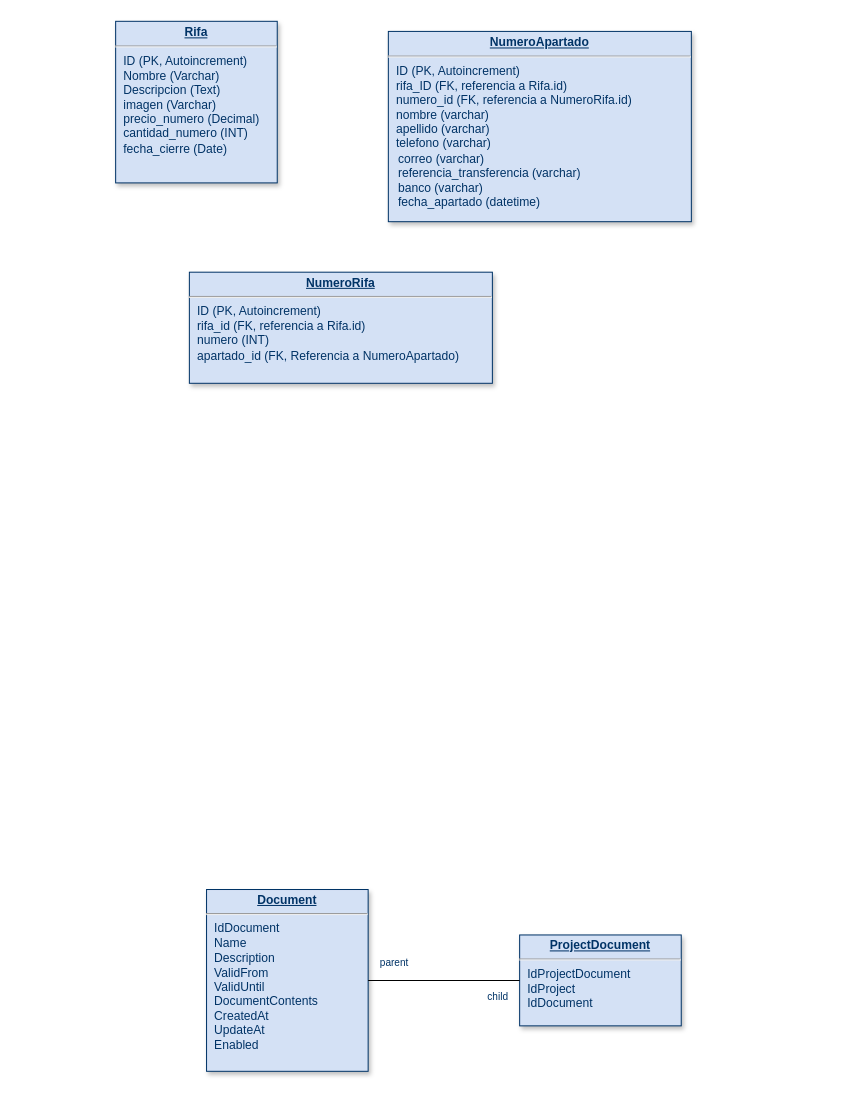
This is Diagrama sin título.drawio from EJCM05/DiagramasDB, a draw.io file, before an edit. Source tidied: cells renumbered, new cells numbered last; positions are measured from the earlier drawing's top-left corner, leaving out a move shared by most shapes. Both pictures are drawn from the tidied source at 101%, with x=0, y=0 at pixel (115, 21).
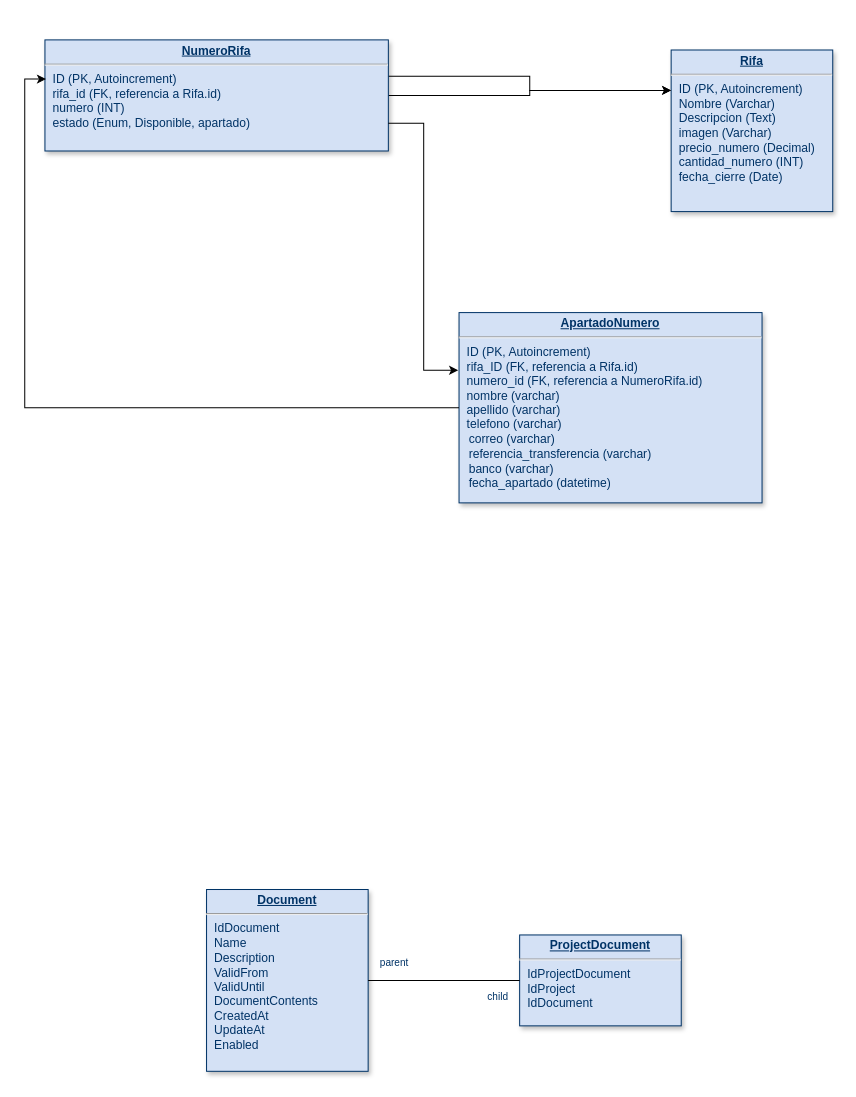
After the change.

The edit, as a diff of the source:
```diff
@@
 <mxGraphModel>
   <root>
     <mxCell id="0" />
     <mxCell id="1" parent="0" />
     <mxCell id="2" value="&lt;p style=&quot;margin: 0px; margin-top: 4px; text-align: center; text-decoration: underline;&quot;&gt;&lt;b&gt;Rifa&lt;/b&gt;&lt;/p&gt;&lt;hr&gt;&lt;p style=&quot;margin: 0px; margin-left: 8px;&quot;&gt;ID (PK, Autoincrement)&lt;/p&gt;&lt;p style=&quot;margin: 0px; margin-left: 8px;&quot;&gt;Nombre (Varchar)&lt;/p&gt;&lt;p style=&quot;margin: 0px; margin-left: 8px;&quot;&gt;Descripcion (Text)&lt;/p&gt;&lt;p style=&quot;margin: 0px; margin-left: 8px;&quot;&gt;imagen (Varchar)&lt;/p&gt;&lt;p style=&quot;margin: 0px; margin-left: 8px;&quot;&gt;precio_numero (Decimal)&lt;/p&gt;&lt;p style=&quot;margin: 0px; margin-left: 8px;&quot;&gt;cantidad_numero (INT)&lt;/p&gt;&lt;p style=&quot;margin: 0px; margin-left: 8px;&quot;&gt;fecha_cierre (Date)&lt;/p&gt;" style="verticalAlign=top;align=left;overflow=fill;fontSize=12;fontFamily=Helvetica;html=1;strokeColor=#003366;shadow=1;fillColor=#D4E1F5;fontColor=#003366;" parent="1" vertex="1">
-      <mxGeometry y="-0.4" width="160" height="160" as="geometry" />
+      <mxGeometry x="550" y="28" width="160" height="160" as="geometry" />
     </mxCell>
     <mxCell id="3" value="&lt;p style=&quot;margin: 0px; margin-top: 4px; text-align: center; text-decoration: underline;&quot;&gt;&lt;strong&gt;Document&lt;/strong&gt;&lt;/p&gt;&lt;hr /&gt;&lt;p style=&quot;margin: 0px; margin-left: 8px;&quot;&gt;IdDocument&lt;/p&gt;&lt;p style=&quot;margin: 0px; margin-left: 8px;&quot;&gt;Name&lt;/p&gt;&lt;p style=&quot;margin: 0px; margin-left: 8px;&quot;&gt;Description&lt;/p&gt;&lt;p style=&quot;margin: 0px; margin-left: 8px;&quot;&gt;ValidFrom&lt;/p&gt;&lt;p style=&quot;margin: 0px; margin-left: 8px;&quot;&gt;ValidUntil&lt;/p&gt;&lt;p style=&quot;margin: 0px; margin-left: 8px;&quot;&gt;DocumentContents&lt;/p&gt;&lt;p style=&quot;margin: 0px; margin-left: 8px;&quot;&gt;CreatedAt&lt;/p&gt;&lt;p style=&quot;margin: 0px; margin-left: 8px;&quot;&gt;UpdateAt&lt;/p&gt;&lt;p style=&quot;margin: 0px; margin-left: 8px;&quot;&gt;Enabled&lt;/p&gt;" style="verticalAlign=top;align=left;overflow=fill;fontSize=12;fontFamily=Helvetica;html=1;strokeColor=#003366;shadow=1;fillColor=#D4E1F5;fontColor=#003366;" parent="1" vertex="1">
       <mxGeometry x="90" y="859.2" width="160" height="180" as="geometry" />
     </mxCell>
     <mxCell id="4" value="&lt;p style=&quot;margin: 0px ; margin-top: 4px ; text-align: center ; text-decoration: underline&quot;&gt;&lt;strong&gt;ProjectDocument&lt;/strong&gt;&lt;/p&gt;&lt;hr&gt;&lt;p style=&quot;margin: 0px ; margin-left: 8px&quot;&gt;IdProjectDocument&lt;/p&gt;&lt;p style=&quot;margin: 0px ; margin-left: 8px&quot;&gt;IdProject&lt;/p&gt;&lt;p style=&quot;margin: 0px ; margin-left: 8px&quot;&gt;IdDocument&lt;/p&gt;" style="verticalAlign=top;align=left;overflow=fill;fontSize=12;fontFamily=Helvetica;html=1;strokeColor=#003366;shadow=1;fillColor=#D4E1F5;fontColor=#003366;" parent="1" vertex="1">
       <mxGeometry x="400" y="904.2" width="160" height="90" as="geometry" />
     </mxCell>
     <mxCell id="5" style="endArrow=none;edgeStyle=orthogonalEdgeStyle;" parent="1" edge="1" source="3" target="4">
       <mxGeometry x="190" y="950" as="geometry" />
     </mxCell>
     <mxCell id="6" value="parent" style="align=left;verticalAlign=bottom;labelBackgroundColor=#ffffff;fontSize=10;strokeColor=#003366;shadow=1;fillColor=#D4E1F5;fontColor=#003366;" parent="5" vertex="1">
       <mxGeometry x="-1" relative="1" as="geometry">
         <mxPoint x="10" y="-10" as="offset" />
       </mxGeometry>
     </mxCell>
     <mxCell id="7" value="child" style="align=right;verticalAlign=bottom;labelBackgroundColor=#ffffff;fontSize=10;strokeColor=#003366;shadow=1;fillColor=#D4E1F5;fontColor=#003366;" parent="5" vertex="1">
       <mxGeometry x="1" relative="1" as="geometry">
         <mxPoint x="-10" y="23.8" as="offset" />
       </mxGeometry>
     </mxCell>
-    <mxCell id="8" value="&lt;p style=&quot;margin: 0px; margin-top: 4px; text-align: center; text-decoration: underline;&quot;&gt;&lt;b&gt;NumeroApartado&lt;/b&gt;&lt;/p&gt;&lt;hr&gt;&lt;p style=&quot;margin: 0px; margin-left: 8px;&quot;&gt;ID (PK, Autoincrement)&lt;/p&gt;&lt;p style=&quot;margin: 0px; margin-left: 8px;&quot;&gt;rifa_ID (FK, referencia a Rifa.id)&lt;/p&gt;&lt;p style=&quot;margin: 0px; margin-left: 8px;&quot;&gt;numero_id (FK, referencia a NumeroRifa.id)&lt;/p&gt;&lt;p style=&quot;margin: 0px; margin-left: 8px;&quot;&gt;nombre (varchar)&lt;/p&gt;&lt;p style=&quot;margin: 0px 0px 0px 8px;&quot;&gt;apellido (varchar)&lt;/p&gt;&lt;div&gt;&lt;p style=&quot;margin: 0px 0px 0px 8px;&quot;&gt;telefono (varchar)&lt;/p&gt;&lt;div&gt;&amp;nbsp; &amp;nbsp;correo&lt;span style=&quot;background-color: transparent; color: light-dark(rgb(0, 51, 102), rgb(161, 205, 249));&quot;&gt;&amp;nbsp;(varchar)&lt;/span&gt;&lt;/div&gt;&lt;div&gt;&amp;nbsp; &amp;nbsp;referencia_transferencia&lt;span style=&quot;background-color: transparent; color: light-dark(rgb(0, 51, 102), rgb(161, 205, 249));&quot;&gt;&amp;nbsp;(varchar)&lt;/span&gt;&lt;/div&gt;&lt;div&gt;&lt;span style=&quot;background-color: transparent; color: light-dark(rgb(0, 51, 102), rgb(161, 205, 249));&quot;&gt;&amp;nbsp; &amp;nbsp;banco (varchar)&lt;/span&gt;&lt;/div&gt;&lt;div&gt;&amp;nbsp; &amp;nbsp;fecha_apartado (datetime)&lt;/div&gt;&lt;div&gt;&lt;span style=&quot;background-color: transparent; color: light-dark(rgb(0, 51, 102), rgb(161, 205, 249));&quot;&gt;&lt;br&gt;&lt;/span&gt;&lt;/div&gt;&lt;div&gt;&lt;span style=&quot;background-color: transparent; color: light-dark(rgb(0, 51, 102), rgb(161, 205, 249));&quot;&gt;&lt;br&gt;&lt;/span&gt;&lt;/div&gt;&lt;/div&gt;&lt;p style=&quot;margin: 0px; margin-left: 8px;&quot;&gt;&lt;/p&gt;&lt;p style=&quot;margin: 0px; margin-left: 8px;&quot;&gt;&lt;span style=&quot;color: rgba(0, 0, 0, 0); font-family: monospace; font-size: 0px;&quot;&gt;&lt;br&gt;&lt;/span&gt;&lt;/p&gt;&lt;p style=&quot;margin: 0px; margin-left: 8px;&quot;&gt;&lt;span style=&quot;color: rgba(0, 0, 0, 0); font-family: monospace; font-size: 0px;&quot;&gt;&lt;br&gt;&lt;/span&gt;&lt;/p&gt;" style="verticalAlign=top;align=left;overflow=fill;fontSize=12;fontFamily=Helvetica;html=1;strokeColor=#003366;shadow=1;fillColor=#D4E1F5;fontColor=#003366;" parent="1" vertex="1">
-      <mxGeometry x="270" y="9.6" width="300" height="188.4" as="geometry" />
+    <mxCell id="8" value="&lt;p style=&quot;margin: 0px; margin-top: 4px; text-align: center; text-decoration: underline;&quot;&gt;&lt;b&gt;ApartadoNumero&lt;/b&gt;&lt;/p&gt;&lt;hr&gt;&lt;p style=&quot;margin: 0px; margin-left: 8px;&quot;&gt;ID (PK, Autoincrement)&lt;/p&gt;&lt;p style=&quot;margin: 0px; margin-left: 8px;&quot;&gt;rifa_ID (FK, referencia a Rifa.id)&lt;/p&gt;&lt;p style=&quot;margin: 0px; margin-left: 8px;&quot;&gt;numero_id (FK, referencia a NumeroRifa.id)&lt;/p&gt;&lt;p style=&quot;margin: 0px; margin-left: 8px;&quot;&gt;nombre (varchar)&lt;/p&gt;&lt;p style=&quot;margin: 0px 0px 0px 8px;&quot;&gt;apellido (varchar)&lt;/p&gt;&lt;div&gt;&lt;p style=&quot;margin: 0px 0px 0px 8px;&quot;&gt;telefono (varchar)&lt;/p&gt;&lt;div&gt;&amp;nbsp; &amp;nbsp;correo&lt;span style=&quot;background-color: transparent; color: light-dark(rgb(0, 51, 102), rgb(161, 205, 249));&quot;&gt;&amp;nbsp;(varchar)&lt;/span&gt;&lt;/div&gt;&lt;div&gt;&amp;nbsp; &amp;nbsp;referencia_transferencia&lt;span style=&quot;background-color: transparent; color: light-dark(rgb(0, 51, 102), rgb(161, 205, 249));&quot;&gt;&amp;nbsp;(varchar)&lt;/span&gt;&lt;/div&gt;&lt;div&gt;&lt;span style=&quot;background-color: transparent; color: light-dark(rgb(0, 51, 102), rgb(161, 205, 249));&quot;&gt;&amp;nbsp; &amp;nbsp;banco (varchar)&lt;/span&gt;&lt;/div&gt;&lt;div&gt;&amp;nbsp; &amp;nbsp;fecha_apartado (datetime)&lt;/div&gt;&lt;div&gt;&lt;span style=&quot;background-color: transparent; color: light-dark(rgb(0, 51, 102), rgb(161, 205, 249));&quot;&gt;&lt;br&gt;&lt;/span&gt;&lt;/div&gt;&lt;div&gt;&lt;span style=&quot;background-color: transparent; color: light-dark(rgb(0, 51, 102), rgb(161, 205, 249));&quot;&gt;&lt;br&gt;&lt;/span&gt;&lt;/div&gt;&lt;/div&gt;&lt;p style=&quot;margin: 0px; margin-left: 8px;&quot;&gt;&lt;/p&gt;&lt;p style=&quot;margin: 0px; margin-left: 8px;&quot;&gt;&lt;span style=&quot;color: rgba(0, 0, 0, 0); font-family: monospace; font-size: 0px;&quot;&gt;&lt;br&gt;&lt;/span&gt;&lt;/p&gt;&lt;p style=&quot;margin: 0px; margin-left: 8px;&quot;&gt;&lt;span style=&quot;color: rgba(0, 0, 0, 0); font-family: monospace; font-size: 0px;&quot;&gt;&lt;br&gt;&lt;/span&gt;&lt;/p&gt;" style="verticalAlign=top;align=left;overflow=fill;fontSize=12;fontFamily=Helvetica;html=1;strokeColor=#003366;shadow=1;fillColor=#D4E1F5;fontColor=#003366;" parent="1" vertex="1">
+      <mxGeometry x="340" y="288" width="300" height="188.4" as="geometry" />
     </mxCell>
+    <mxCell id="10" style="edgeStyle=orthogonalEdgeStyle;rounded=0;jettySize=auto;html=1;entryX=0;entryY=0.25;entryDx=0;entryDy=0;exitX=0.995;exitY=0.328;exitDx=0;exitDy=0;exitPerimeter=0;" parent="1" edge="1" source="9" target="2">
+      <mxGeometry relative="1" as="geometry" />
+    </mxCell>
+    <mxCell id="11" style="edgeStyle=orthogonalEdgeStyle;rounded=0;jettySize=auto;html=1;exitX=1;exitY=0.5;exitDx=0;exitDy=0;entryX=0;entryY=0.25;entryDx=0;entryDy=0;" parent="1" edge="1" source="9" target="2">
+      <mxGeometry relative="1" as="geometry" />
+    </mxCell>
-    <mxCell id="9" value="&lt;p style=&quot;margin: 0px; margin-top: 4px; text-align: center; text-decoration: underline;&quot;&gt;&lt;b&gt;NumeroRifa&lt;/b&gt;&lt;/p&gt;&lt;hr&gt;&lt;p style=&quot;margin: 0px; margin-left: 8px;&quot;&gt;ID (PK, Autoincrement)&lt;/p&gt;&lt;p style=&quot;margin: 0px; margin-left: 8px;&quot;&gt;rifa_id (FK, referencia a Rifa.id)&lt;/p&gt;&lt;p style=&quot;margin: 0px; margin-left: 8px;&quot;&gt;numero (INT)&lt;/p&gt;&lt;p style=&quot;margin: 0px; margin-left: 8px;&quot;&gt;apartado_id (FK, Referencia a NumeroApartado)&lt;/p&gt;&lt;p style=&quot;margin: 0px; margin-left: 8px;&quot;&gt;&lt;br&gt;&lt;/p&gt;" style="verticalAlign=top;align=left;overflow=fill;fontSize=12;fontFamily=Helvetica;html=1;strokeColor=#003366;shadow=1;fillColor=#D4E1F5;fontColor=#003366;" parent="1" vertex="1">
-      <mxGeometry x="73" y="248" width="300" height="110" as="geometry" />
+    <mxCell id="9" value="&lt;p style=&quot;margin: 0px; margin-top: 4px; text-align: center; text-decoration: underline;&quot;&gt;&lt;b&gt;NumeroRifa&lt;/b&gt;&lt;/p&gt;&lt;hr&gt;&lt;p style=&quot;margin: 0px; margin-left: 8px;&quot;&gt;ID (PK, Autoincrement)&lt;/p&gt;&lt;p style=&quot;margin: 0px; margin-left: 8px;&quot;&gt;rifa_id (FK, referencia a Rifa.id)&lt;/p&gt;&lt;p style=&quot;margin: 0px; margin-left: 8px;&quot;&gt;numero (INT)&lt;/p&gt;&lt;p style=&quot;margin: 0px; margin-left: 8px;&quot;&gt;estado (Enum, Disponible, apartado)&lt;/p&gt;" style="verticalAlign=top;align=left;overflow=fill;fontSize=12;fontFamily=Helvetica;html=1;strokeColor=#003366;shadow=1;fillColor=#D4E1F5;fontColor=#003366;" parent="1" vertex="1">
+      <mxGeometry x="-70" y="18" width="340" height="110" as="geometry" />
     </mxCell>
+    <mxCell id="12" style="edgeStyle=orthogonalEdgeStyle;rounded=0;jettySize=auto;html=1;exitX=1;exitY=0.75;exitDx=0;exitDy=0;entryX=-0.003;entryY=0.303;entryDx=0;entryDy=0;entryPerimeter=0;" parent="1" edge="1" source="9" target="8">
+      <mxGeometry relative="1" as="geometry" />
+    </mxCell>
+    <mxCell id="13" style="edgeStyle=orthogonalEdgeStyle;rounded=0;jettySize=auto;html=1;entryX=0.003;entryY=0.353;entryDx=0;entryDy=0;entryPerimeter=0;" parent="1" edge="1" source="8" target="9">
+      <mxGeometry relative="1" as="geometry" />
+    </mxCell>
   </root>
 </mxGraphModel>
```
